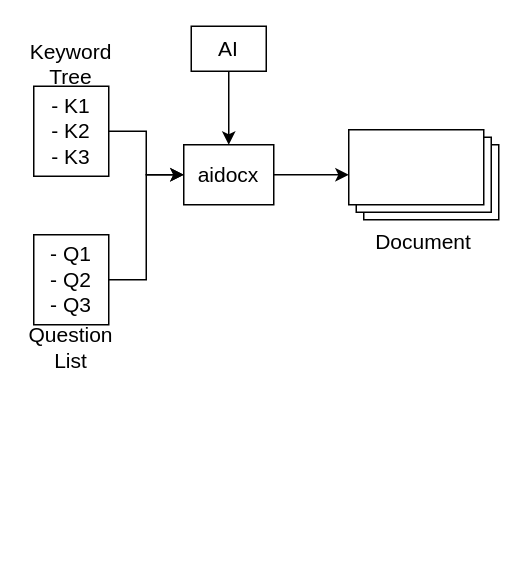
learninfun/learn-with-ai keeps this draw.io diagram as static/images/Untitled Diagram.drawio. Above is the earlier version. Source tidied: cells renumbered, new cells numbered last; positions are measured from the earlier drawing's top-left corner, leaving out a move shared by most shapes. Both pictures are drawn from the tidied source at 150%, with x=0, y=0 at pixel (26, 26). Pictures stored in the file or linked from it are replaced by grey dashed boxes.
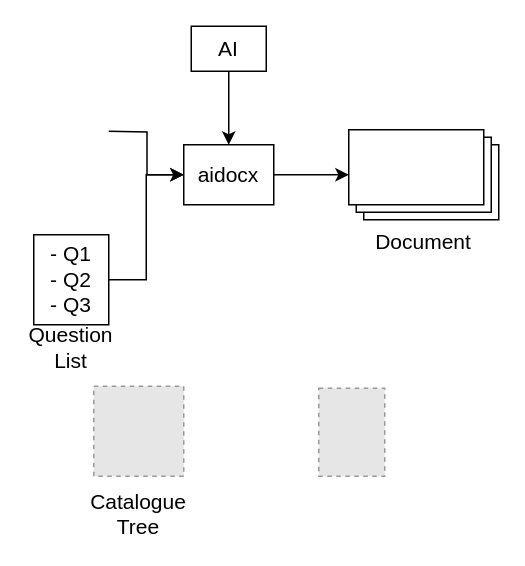
Above is the later version.

What changed in the source:
```diff
@@
 <mxGraphModel>
   <root>
     <mxCell id="0" />
     <mxCell id="1" parent="0" />
     <mxCell id="2" style="edgeStyle=orthogonalEdgeStyle;rounded=0;jettySize=auto;html=1;exitX=0.5;exitY=1;exitDx=0;exitDy=0;entryX=0.5;entryY=0;entryDx=0;entryDy=0;fontSize=14;" parent="1" edge="1" source="3" target="9">
       <mxGeometry relative="1" as="geometry" />
     </mxCell>
     <mxCell id="3" value="&lt;font style=&quot;font-size: 14px;&quot;&gt;AI&lt;/font&gt;" style="rounded=0;whiteSpace=wrap;html=1;" parent="1" vertex="1">
       <mxGeometry x="110" width="50" height="30" as="geometry" />
     </mxCell>
-    <mxCell id="4" style="edgeStyle=orthogonalEdgeStyle;rounded=0;jettySize=auto;html=1;exitX=1;exitY=0.5;exitDx=0;exitDy=0;entryX=0;entryY=0.5;entryDx=0;entryDy=0;fontSize=14;" parent="1" edge="1" source="5" target="9">
-      <mxGeometry relative="1" as="geometry" />
+    <mxCell id="4" style="edgeStyle=orthogonalEdgeStyle;rounded=0;jettySize=auto;html=1;exitX=1;exitY=0.5;exitDx=0;exitDy=0;entryX=0;entryY=0.5;entryDx=0;entryDy=0;fontSize=14;" parent="1" edge="1" target="9">
+      <mxGeometry relative="1" as="geometry">
+        <mxPoint x="55" y="70" as="sourcePoint" />
+      </mxGeometry>
     </mxCell>
-    <mxCell id="5" value="- K1&lt;br&gt;- K2&lt;br&gt;- K3" style="rounded=0;whiteSpace=wrap;html=1;fontSize=14;" parent="1" vertex="1">
-      <mxGeometry x="5" y="40" width="50" height="60" as="geometry" />
-    </mxCell>
     <mxCell id="6" style="edgeStyle=orthogonalEdgeStyle;rounded=0;jettySize=auto;html=1;exitX=1;exitY=0.5;exitDx=0;exitDy=0;entryX=0;entryY=0.5;entryDx=0;entryDy=0;fontSize=14;" parent="1" edge="1" source="7" target="9">
       <mxGeometry relative="1" as="geometry" />
     </mxCell>
     <mxCell id="7" value="- Q1&lt;br&gt;- Q2&lt;br&gt;- Q3" style="rounded=0;whiteSpace=wrap;html=1;fontSize=14;" parent="1" vertex="1">
       <mxGeometry x="5" y="139" width="50" height="60" as="geometry" />
     </mxCell>
     <mxCell id="8" style="edgeStyle=orthogonalEdgeStyle;rounded=0;jettySize=auto;html=1;exitX=1;exitY=0.5;exitDx=0;exitDy=0;fontSize=14;" parent="1" edge="1" source="9" target="10">
       <mxGeometry relative="1" as="geometry" />
     </mxCell>
     <mxCell id="9" value="aidocx" style="rounded=0;whiteSpace=wrap;html=1;fontSize=14;" parent="1" vertex="1">
       <mxGeometry x="105" y="79" width="60" height="40" as="geometry" />
     </mxCell>
     <mxCell id="10" value="Document" style="verticalLabelPosition=bottom;verticalAlign=top;html=1;shape=mxgraph.basic.layered_rect;dx=10;outlineConnect=0;whiteSpace=wrap;fontSize=14;" parent="1" vertex="1">
       <mxGeometry x="215" y="69" width="100" height="60" as="geometry" />
     </mxCell>
-    <mxCell id="11" value="Keyword&lt;br&gt;Tree" style="text;html=1;strokeColor=none;fillColor=none;align=center;verticalAlign=middle;whiteSpace=wrap;rounded=0;fontSize=14;" parent="1" vertex="1">
-      <mxGeometry y="10" width="60" height="30" as="geometry" />
+    <mxCell id="11" value="Catalogue&lt;br&gt;Tree" style="text;html=1;strokeColor=none;fillColor=none;align=center;verticalAlign=middle;whiteSpace=wrap;rounded=0;fontSize=14;" parent="1" vertex="1">
+      <mxGeometry x="45" y="310" width="60" height="30" as="geometry" />
     </mxCell>
     <mxCell id="12" value="Question&lt;br&gt;List" style="text;html=1;strokeColor=none;fillColor=none;align=center;verticalAlign=middle;whiteSpace=wrap;rounded=0;fontSize=14;" parent="1" vertex="1">
       <mxGeometry y="199" width="60" height="30" as="geometry" />
     </mxCell>
+    <mxCell id="13" style="fillColor=#E6E6E6;strokeColor=#999999;dashed=1;verticalLabelPosition=bottom;labelBackgroundColor=default;verticalAlign=top;" parent="1" vertex="1">
+      <mxGeometry x="45" y="240" width="60" height="60" as="geometry" />
+    </mxCell>
+    <mxCell id="14" style="fillColor=#E6E6E6;strokeColor=#999999;dashed=1;verticalLabelPosition=bottom;labelBackgroundColor=default;verticalAlign=top;" parent="1" vertex="1">
+      <mxGeometry x="195" y="241.3" width="44" height="58.7" as="geometry" />
+    </mxCell>
   </root>
 </mxGraphModel>
```
